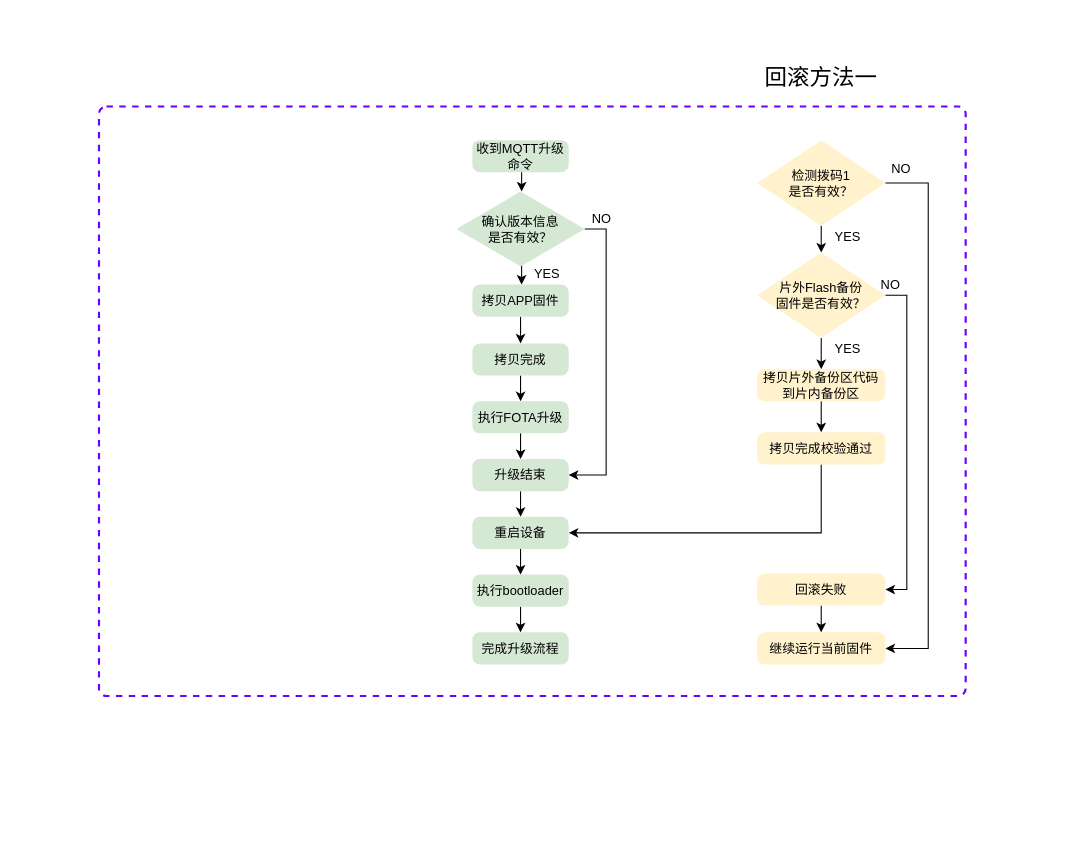
This is FOTA升级优化.drawio from zjh6607476/drawing, a draw.io file, before an edit. Source tidied: cells renumbered, new cells numbered last; positions are measured from the earlier drawing's top-left corner, leaving out a move shared by most shapes. Both pictures are drawn from the tidied source at 107%, with x=0, y=0 at pixel (98, 65).
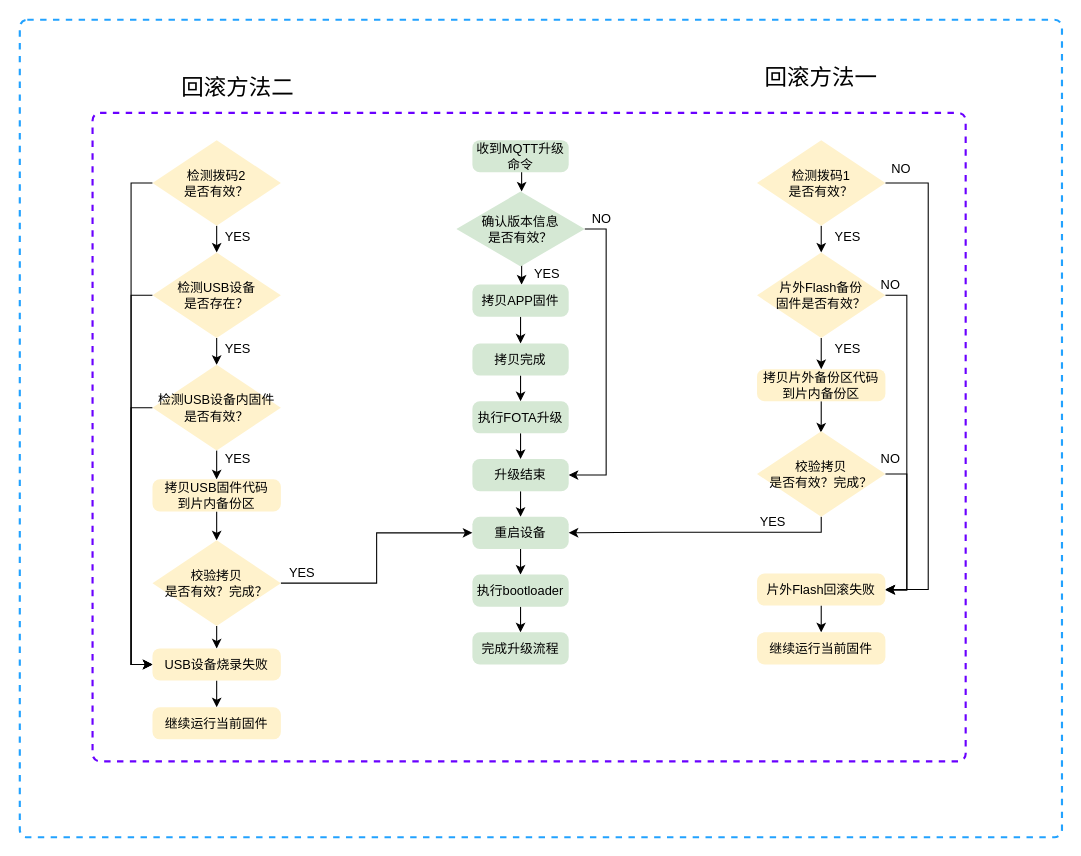
Above is the later version.

Commit message (it also covers changes not shown here):
更新FOTA升级优化.drawio

The change refers to these unchanged cells:
```xml
<mxCell id="19" value="检测拨码1&lt;br&gt;是否有效？" style="rhombus;whiteSpace=wrap;html=1;fillColor=#fff2cc;strokeColor=none;" parent="1" vertex="1">
  <mxGeometry x="615" y="69.5" width="120" height="80" as="geometry" />
</mxCell>
<mxCell id="24" value="拷贝片外备份区代码到片内备份区" style="rounded=1;whiteSpace=wrap;html=1;absoluteArcSize=1;arcSize=14;strokeWidth=2;fillColor=#fff2cc;strokeColor=none;" parent="1" vertex="1">
  <mxGeometry x="615" y="283.5" width="120" height="30" as="geometry" />
</mxCell>
<mxCell id="26" value="重启设备" style="rounded=1;whiteSpace=wrap;html=1;absoluteArcSize=1;arcSize=14;strokeWidth=2;fillColor=#d5e8d4;strokeColor=none;" parent="1" vertex="1">
  <mxGeometry x="349" y="421.5" width="90" height="30" as="geometry" />
</mxCell>
<mxCell id="34" value="继续运行当前固件" style="rounded=1;whiteSpace=wrap;html=1;absoluteArcSize=1;arcSize=14;strokeWidth=2;fillColor=#fff2cc;strokeColor=none;" parent="1" vertex="1">
  <mxGeometry x="615" y="529.5" width="120" height="30" as="geometry" />
</mxCell>
```

What changed in the source:
```diff
@@
-    <mxCell id="4" style="edgeStyle=orthogonalEdgeStyle;rounded=0;jettySize=auto;html=1;entryX=1;entryY=0.5;entryDx=0;entryDy=0;exitX=1;exitY=0.5;exitDx=0;exitDy=0;" parent="1" edge="1" source="19" target="34">
+    <mxCell id="4" style="edgeStyle=orthogonalEdgeStyle;rounded=0;jettySize=auto;html=1;entryX=1;entryY=0.5;entryDx=0;entryDy=0;exitX=1;exitY=0.5;exitDx=0;exitDy=0;" parent="1" edge="1" source="19" target="33">
       <mxGeometry relative="1" as="geometry">
         <Array as="points">
-          <mxPoint x="775" y="109.5" />
-          <mxPoint x="775" y="544.5" />
+          <mxPoint x="775" y="110" />
+          <mxPoint x="775" y="490" />
         </Array>
       </mxGeometry>
     </mxCell>
     <mxCell id="5" style="rounded=1;whiteSpace=wrap;html=1;absoluteArcSize=1;arcSize=14;strokeWidth=2;fontSize=9;dashed=1;fillColor=none;strokeColor=#6a00ff;fontColor=#ffffff;" parent="1" vertex="1">
-      <mxGeometry y="38" width="810" height="551" as="geometry" />
+      <mxGeometry x="-6" y="44" width="816" height="606" as="geometry" />
     </mxCell>
@@
-    <mxCell id="23" style="edgeStyle=orthogonalEdgeStyle;rounded=0;jettySize=auto;html=1;entryX=0.5;entryY=0;entryDx=0;entryDy=0;" parent="1" edge="1" source="24" target="31">
-      <mxGeometry relative="1" as="geometry" />
+    <mxCell id="23" style="edgeStyle=orthogonalEdgeStyle;rounded=0;jettySize=auto;html=1;entryX=0.5;entryY=0;entryDx=0;entryDy=0;" parent="1" edge="1" source="24">
+      <mxGeometry relative="1" as="geometry">
+        <mxPoint x="674.7" y="342.7" as="targetPoint" />
+      </mxGeometry>
     </mxCell>
@@
-    <mxCell id="30" style="edgeStyle=orthogonalEdgeStyle;rounded=0;jettySize=auto;html=1;exitX=0.5;exitY=1;exitDx=0;exitDy=0;entryX=1;entryY=0.5;entryDx=0;entryDy=0;" parent="1" edge="1" source="31" target="26">
-      <mxGeometry relative="1" as="geometry" />
+    <mxCell id="30" style="edgeStyle=orthogonalEdgeStyle;rounded=0;jettySize=auto;html=1;exitX=0.5;exitY=1;exitDx=0;exitDy=0;entryX=1;entryY=0.5;entryDx=0;entryDy=0;" parent="1" edge="1" source="53" target="26">
+      <mxGeometry relative="1" as="geometry">
+        <Array as="points">
+          <mxPoint x="675" y="436" />
+          <mxPoint x="527" y="436" />
+        </Array>
+      </mxGeometry>
     </mxCell>
-    <mxCell id="31" value="拷贝完成校验通过" style="rounded=1;whiteSpace=wrap;html=1;absoluteArcSize=1;arcSize=14;strokeWidth=2;fillColor=#fff2cc;strokeColor=none;" parent="1" vertex="1">
-      <mxGeometry x="615" y="342.5" width="120" height="30" as="geometry" />
-    </mxCell>
@@
-    <mxCell id="33" value="回滚失败" style="rounded=1;whiteSpace=wrap;html=1;absoluteArcSize=1;arcSize=14;strokeWidth=2;fillColor=#fff2cc;strokeColor=none;" parent="1" vertex="1">
+    <mxCell id="33" value="片外Flash回滚失败" style="rounded=1;whiteSpace=wrap;html=1;absoluteArcSize=1;arcSize=14;strokeWidth=2;fillColor=#fff2cc;strokeColor=none;" parent="1" vertex="1">
       <mxGeometry x="615" y="474.5" width="120" height="30" as="geometry" />
     </mxCell>
@@
+    <mxCell id="41" style="edgeStyle=orthogonalEdgeStyle;rounded=0;jettySize=auto;html=1;" parent="1" edge="1" source="43" target="46">
+      <mxGeometry relative="1" as="geometry" />
+    </mxCell>
+    <mxCell id="42" style="edgeStyle=orthogonalEdgeStyle;rounded=0;jettySize=auto;html=1;entryX=0;entryY=0.5;entryDx=0;entryDy=0;exitX=0;exitY=0.5;exitDx=0;exitDy=0;" parent="1" edge="1" source="43" target="60">
+      <mxGeometry relative="1" as="geometry">
+        <Array as="points">
+          <mxPoint x="30" y="110" />
+          <mxPoint x="30" y="560" />
+        </Array>
+      </mxGeometry>
+    </mxCell>
+    <mxCell id="43" value="检测拨码2&lt;br&gt;是否有效？" style="rhombus;whiteSpace=wrap;html=1;fillColor=#fff2cc;strokeColor=none;" parent="1" vertex="1">
+      <mxGeometry x="50" y="69.5" width="120" height="80" as="geometry" />
+    </mxCell>
+    <mxCell id="44" style="edgeStyle=orthogonalEdgeStyle;rounded=0;jettySize=auto;html=1;entryX=0.5;entryY=0;entryDx=0;entryDy=0;" parent="1" edge="1" source="46" target="49">
+      <mxGeometry relative="1" as="geometry" />
+    </mxCell>
+    <mxCell id="45" style="edgeStyle=orthogonalEdgeStyle;rounded=0;jettySize=auto;html=1;entryX=0;entryY=0.5;entryDx=0;entryDy=0;exitX=0;exitY=0.5;exitDx=0;exitDy=0;" parent="1" edge="1" source="46" target="60">
+      <mxGeometry relative="1" as="geometry">
+        <Array as="points">
+          <mxPoint x="30" y="214" />
+          <mxPoint x="30" y="560" />
+        </Array>
+      </mxGeometry>
+    </mxCell>
+    <mxCell id="46" value="检测USB设备&lt;br&gt;是否存在？" style="rhombus;whiteSpace=wrap;html=1;fillColor=#fff2cc;strokeColor=none;" parent="1" vertex="1">
+      <mxGeometry x="50" y="174.5" width="120" height="80" as="geometry" />
+    </mxCell>
+    <mxCell id="47" style="edgeStyle=orthogonalEdgeStyle;rounded=0;jettySize=auto;html=1;entryX=0.5;entryY=0;entryDx=0;entryDy=0;" parent="1" edge="1" source="49" target="51">
+      <mxGeometry relative="1" as="geometry" />
+    </mxCell>
+    <mxCell id="48" style="edgeStyle=orthogonalEdgeStyle;rounded=0;jettySize=auto;html=1;exitX=0;exitY=0.5;exitDx=0;exitDy=0;entryX=0;entryY=0.5;entryDx=0;entryDy=0;" parent="1" edge="1" source="49" target="60">
+      <mxGeometry relative="1" as="geometry" />
+    </mxCell>
+    <mxCell id="49" value="检测USB设备内固件&lt;br&gt;是否有效？" style="rhombus;whiteSpace=wrap;html=1;fillColor=#fff2cc;strokeColor=none;" parent="1" vertex="1">
+      <mxGeometry x="50" y="279.5" width="120" height="80" as="geometry" />
+    </mxCell>
+    <mxCell id="50" style="edgeStyle=orthogonalEdgeStyle;rounded=0;jettySize=auto;html=1;entryX=0.5;entryY=0;entryDx=0;entryDy=0;" parent="1" edge="1" source="51" target="58">
+      <mxGeometry relative="1" as="geometry" />
+    </mxCell>
+    <mxCell id="51" value="拷贝USB固件代码&lt;br&gt;到片内备份区" style="rounded=1;whiteSpace=wrap;html=1;absoluteArcSize=1;arcSize=14;strokeWidth=2;fillColor=#fff2cc;strokeColor=none;" parent="1" vertex="1">
+      <mxGeometry x="50" y="386.5" width="120" height="30" as="geometry" />
+    </mxCell>
+    <mxCell id="52" style="edgeStyle=orthogonalEdgeStyle;rounded=0;jettySize=auto;html=1;exitX=1;exitY=0.5;exitDx=0;exitDy=0;" parent="1" edge="1" source="53">
+      <mxGeometry relative="1" as="geometry">
+        <mxPoint x="735" y="490" as="targetPoint" />
+        <Array as="points">
+          <mxPoint x="755" y="381" />
+          <mxPoint x="755" y="490" />
+          <mxPoint x="735" y="490" />
+        </Array>
+      </mxGeometry>
+    </mxCell>
+    <mxCell id="53" value="校验拷贝&lt;br&gt;是否有效？完成？" style="rhombus;whiteSpace=wrap;html=1;fillColor=#fff2cc;strokeColor=none;" parent="1" vertex="1">
+      <mxGeometry x="615" y="341.5" width="120" height="80" as="geometry" />
+    </mxCell>
+    <mxCell id="54" value="YES" style="text;html=1;strokeColor=none;fillColor=none;align=center;verticalAlign=middle;whiteSpace=wrap;rounded=0;" parent="1" vertex="1">
+      <mxGeometry x="610" y="416.5" width="40" height="20" as="geometry" />
+    </mxCell>
+    <mxCell id="55" value="NO" style="text;html=1;strokeColor=none;fillColor=none;align=center;verticalAlign=middle;whiteSpace=wrap;rounded=0;" parent="1" vertex="1">
+      <mxGeometry x="720" y="357.5" width="40" height="20" as="geometry" />
+    </mxCell>
+    <mxCell id="56" style="edgeStyle=orthogonalEdgeStyle;rounded=0;jettySize=auto;html=1;entryX=0;entryY=0.5;entryDx=0;entryDy=0;" parent="1" edge="1" source="58" target="26">
+      <mxGeometry relative="1" as="geometry" />
+    </mxCell>
+    <mxCell id="57" style="edgeStyle=orthogonalEdgeStyle;rounded=0;jettySize=auto;html=1;entryX=0.5;entryY=0;entryDx=0;entryDy=0;" parent="1" edge="1" source="58" target="60">
+      <mxGeometry relative="1" as="geometry" />
+    </mxCell>
+    <mxCell id="58" value="校验拷贝&lt;br&gt;是否有效？完成？" style="rhombus;whiteSpace=wrap;html=1;fillColor=#fff2cc;strokeColor=none;" parent="1" vertex="1">
+      <mxGeometry x="50" y="443.5" width="120" height="80" as="geometry" />
+    </mxCell>
+    <mxCell id="59" style="edgeStyle=orthogonalEdgeStyle;rounded=0;jettySize=auto;html=1;entryX=0.5;entryY=0;entryDx=0;entryDy=0;" parent="1" edge="1" source="60" target="61">
+      <mxGeometry relative="1" as="geometry" />
+    </mxCell>
+    <mxCell id="60" value="USB设备烧录失败" style="rounded=1;whiteSpace=wrap;html=1;absoluteArcSize=1;arcSize=14;strokeWidth=2;fillColor=#fff2cc;strokeColor=none;" parent="1" vertex="1">
+      <mxGeometry x="50" y="544.5" width="120" height="30" as="geometry" />
+    </mxCell>
+    <mxCell id="61" value="继续运行当前固件" style="rounded=1;whiteSpace=wrap;html=1;absoluteArcSize=1;arcSize=14;strokeWidth=2;fillColor=#fff2cc;strokeColor=none;" parent="1" vertex="1">
+      <mxGeometry x="50" y="599.5" width="120" height="30" as="geometry" />
+    </mxCell>
+    <mxCell id="62" value="YES" style="text;html=1;strokeColor=none;fillColor=none;align=center;verticalAlign=middle;whiteSpace=wrap;rounded=0;" parent="1" vertex="1">
+      <mxGeometry x="170" y="463.5" width="40" height="20" as="geometry" />
+    </mxCell>
+    <mxCell id="63" value="YES" style="text;html=1;strokeColor=none;fillColor=none;align=center;verticalAlign=middle;whiteSpace=wrap;rounded=0;" parent="1" vertex="1">
+      <mxGeometry x="110" y="357.5" width="40" height="20" as="geometry" />
+    </mxCell>
+    <mxCell id="64" value="YES" style="text;html=1;strokeColor=none;fillColor=none;align=center;verticalAlign=middle;whiteSpace=wrap;rounded=0;" parent="1" vertex="1">
+      <mxGeometry x="110" y="254.5" width="40" height="20" as="geometry" />
+    </mxCell>
+    <mxCell id="65" value="YES" style="text;html=1;strokeColor=none;fillColor=none;align=center;verticalAlign=middle;whiteSpace=wrap;rounded=0;" parent="1" vertex="1">
+      <mxGeometry x="110" y="149.5" width="40" height="20" as="geometry" />
+    </mxCell>
+    <mxCell id="66" value="&lt;font style=&quot;font-size: 21px&quot;&gt;回滚方法二&lt;/font&gt;" style="text;html=1;strokeColor=none;fillColor=none;align=center;verticalAlign=middle;whiteSpace=wrap;rounded=0;dashed=1;fontSize=9;" parent="1" vertex="1">
+      <mxGeometry x="50" y="9.5" width="160" height="20" as="geometry" />
+    </mxCell>
+    <mxCell id="67" style="rounded=1;whiteSpace=wrap;html=1;absoluteArcSize=1;arcSize=14;strokeWidth=2;fontSize=9;dashed=1;fillColor=none;strokeColor=#22A2FF;fontColor=#ffffff;" parent="1" vertex="1">
+      <mxGeometry x="-74" y="-43" width="974" height="764" as="geometry" />
+    </mxCell>
```
